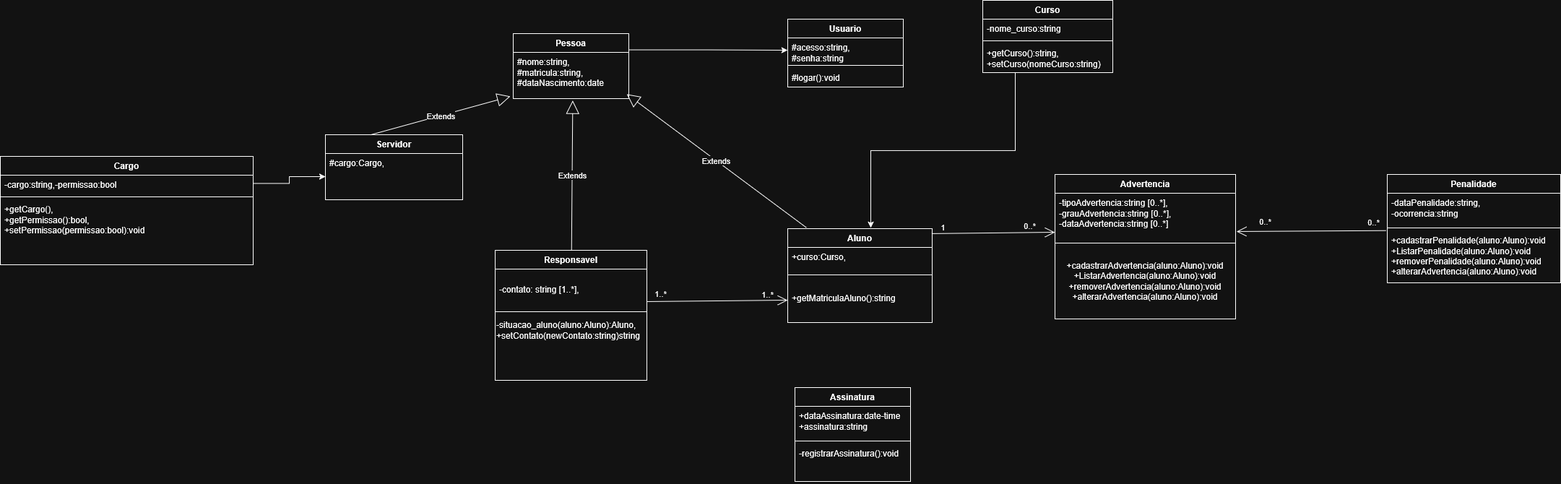
Gringol07/Problema.suap keeps this draw.io diagram as identificaçãoclaasesemetodos.drawio.png. Above is the earlier version. Source tidied: cells renumbered, new cells last; positions are measured from the earlier drawing's top-left corner, leaving out a move shared by most shapes.
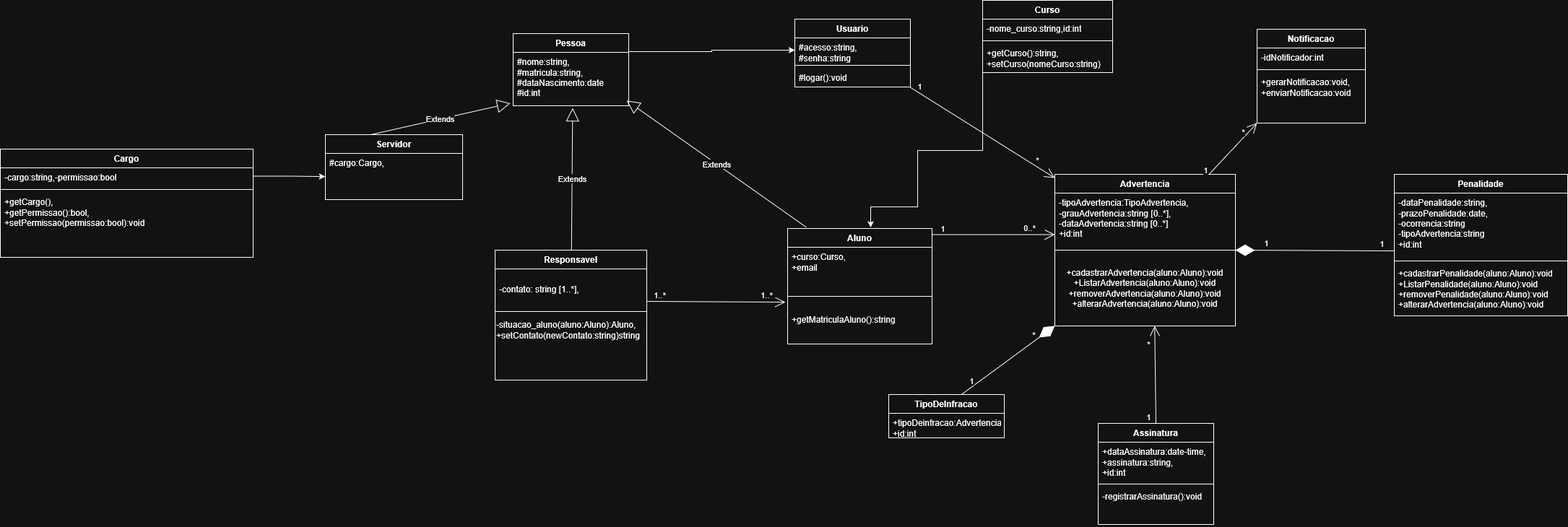
After the change.

Diff of the diagram source:
```diff
@@ -15,31 +15,31 @@
       <mxGeometry y="90" width="210" height="90" as="geometry" />
     </mxCell>
     <mxCell id="6" value="&lt;div&gt;Penalidade&lt;/div&gt;" style="swimlane;fontStyle=1;align=center;verticalAlign=top;horizontal=1;startSize=26;whiteSpace=wrap;html=1;" parent="1" vertex="1">
-      <mxGeometry x="1920" y="241" width="240" height="150" as="geometry" />
+      <mxGeometry x="1930" y="241" width="240" height="196" as="geometry" />
     </mxCell>
-    <mxCell id="7" value="&lt;div&gt;-dataPenalidade:string,&lt;/div&gt;&lt;div&gt;-ocorrencia:string&lt;/div&gt;" style="text;strokeColor=none;fillColor=none;align=left;verticalAlign=top;spacingLeft=4;spacingRight=4;overflow=hidden;points=[[0,0.5],[1,0.5]];portConstraint=eastwest;whiteSpace=wrap;html=1;" parent="6" vertex="1">
-      <mxGeometry y="26" width="240" height="44" as="geometry" />
+    <mxCell id="7" value="&lt;div&gt;-dataPenalidade:string,&lt;/div&gt;&lt;div&gt;-prazoPenalidade:date,&lt;/div&gt;&lt;div&gt;-ocorrencia:string&lt;/div&gt;&lt;div&gt;-tipoAdvertencia:string&lt;/div&gt;&lt;div&gt;+id:int&lt;/div&gt;&lt;div&gt;&lt;br&gt;&lt;/div&gt;" style="text;strokeColor=none;fillColor=none;align=left;verticalAlign=top;spacingLeft=4;spacingRight=4;overflow=hidden;points=[[0,0.5],[1,0.5]];portConstraint=eastwest;whiteSpace=wrap;html=1;" parent="6" vertex="1">
+      <mxGeometry y="26" width="240" height="90" as="geometry" />
     </mxCell>
     <mxCell id="8" style="line;strokeWidth=1;fillColor=none;align=left;verticalAlign=middle;spacingTop=-1;spacingLeft=3;spacingRight=3;labelPosition=right;strokeColor=inherit;" parent="6" vertex="1">
-      <mxGeometry y="70" width="240" height="8" as="geometry" />
+      <mxGeometry y="116" width="240" height="8" as="geometry" />
     </mxCell>
     <mxCell id="9" value="&lt;div&gt;+cadastrarPenalidade(aluno:Aluno):void&lt;/div&gt;&lt;div&gt;+ListarPenalidade(aluno:Aluno):void&lt;/div&gt;&lt;div&gt;+removerPenalidade(aluno:Aluno):void&lt;/div&gt;&lt;div&gt;&lt;div&gt;+alterarAdvertencia(aluno:Aluno):void&lt;/div&gt;&lt;br&gt;&lt;br&gt;&lt;/div&gt;" style="text;strokeColor=none;fillColor=none;align=left;verticalAlign=top;spacingLeft=4;spacingRight=4;overflow=hidden;points=[[0,0.5],[1,0.5]];portConstraint=eastwest;whiteSpace=wrap;html=1;" parent="6" vertex="1">
-      <mxGeometry y="78" width="240" height="72" as="geometry" />
+      <mxGeometry y="124" width="240" height="72" as="geometry" />
     </mxCell>
     <mxCell id="10" value="Aluno" style="swimlane;fontStyle=1;align=center;verticalAlign=top;horizontal=1;startSize=26;whiteSpace=wrap;html=1;" parent="1" vertex="1">
-      <mxGeometry x="1090" y="316" width="200" height="130" as="geometry" />
+      <mxGeometry x="1090" y="316" width="200" height="160" as="geometry" />
     </mxCell>
-    <mxCell id="11" value="&lt;div&gt;+curso:Curso,&lt;/div&gt;&lt;div&gt;&lt;br&gt;&lt;/div&gt;" style="text;strokeColor=none;fillColor=none;align=left;verticalAlign=top;spacingLeft=4;spacingRight=4;overflow=hidden;whiteSpace=wrap;html=1;" parent="10" vertex="1">
-      <mxGeometry y="26" width="200" height="34" as="geometry" />
+    <mxCell id="11" value="&lt;div&gt;+curso:Curso,&lt;/div&gt;&lt;div&gt;+email&lt;/div&gt;&lt;div&gt;&lt;br&gt;&lt;/div&gt;" style="text;strokeColor=none;fillColor=none;align=left;verticalAlign=top;spacingLeft=4;spacingRight=4;overflow=hidden;whiteSpace=wrap;html=1;" parent="10" vertex="1">
+      <mxGeometry y="26" width="200" height="64" as="geometry" />
     </mxCell>
     <mxCell id="12" style="line;strokeWidth=1;fillColor=none;align=left;verticalAlign=middle;spacingTop=-1;spacingLeft=3;spacingRight=3;labelPosition=right;strokeColor=inherit;" parent="10" vertex="1">
-      <mxGeometry y="60" width="200" height="8" as="geometry" />
+      <mxGeometry y="90" width="200" height="8" as="geometry" />
     </mxCell>
     <mxCell id="13" value="&lt;br&gt;&lt;div&gt;+getMatriculaAluno():string&lt;/div&gt;" style="text;strokeColor=none;fillColor=none;align=left;verticalAlign=top;spacingLeft=4;spacingRight=4;overflow=hidden;points=[[0,0.5],[1,0.5]];portConstraint=eastwest;whiteSpace=wrap;html=1;" parent="10" vertex="1">
-      <mxGeometry y="68" width="200" height="62" as="geometry" />
+      <mxGeometry y="98" width="200" height="62" as="geometry" />
     </mxCell>
     <mxCell id="14" value="Usuario" style="swimlane;fontStyle=1;align=center;verticalAlign=top;horizontal=1;startSize=26;whiteSpace=wrap;html=1;" parent="1" vertex="1">
-      <mxGeometry x="1090" y="26" width="160" height="94" as="geometry" />
+      <mxGeometry x="1100" y="26" width="160" height="94" as="geometry" />
     </mxCell>
     <mxCell id="15" value="&lt;div&gt;#acesso:string,&lt;/div&gt;&lt;div&gt;#senha:string&lt;/div&gt;" style="text;strokeColor=none;fillColor=none;align=left;verticalAlign=top;spacingLeft=4;spacingRight=4;overflow=hidden;points=[[0,0.5],[1,0.5]];portConstraint=eastwest;whiteSpace=wrap;html=1;" parent="14" vertex="1">
       <mxGeometry y="26" width="160" height="34" as="geometry" />
@@ -53,7 +53,7 @@
     <mxCell id="18" value="Curso" style="swimlane;fontStyle=1;align=center;verticalAlign=top;horizontal=1;startSize=26;whiteSpace=wrap;html=1;" parent="1" vertex="1">
       <mxGeometry x="1360" width="180" height="100" as="geometry" />
     </mxCell>
-    <mxCell id="19" value="-nome_curso:string" style="text;strokeColor=none;fillColor=none;align=left;verticalAlign=top;spacingLeft=4;spacingRight=4;overflow=hidden;whiteSpace=wrap;html=1;" parent="18" vertex="1">
+    <mxCell id="19" value="-nome_curso:string,id:int" style="text;strokeColor=none;fillColor=none;align=left;verticalAlign=top;spacingLeft=4;spacingRight=4;overflow=hidden;whiteSpace=wrap;html=1;" parent="18" vertex="1">
       <mxGeometry y="26" width="180" height="26" as="geometry" />
     </mxCell>
     <mxCell id="20" style="line;strokeWidth=1;fillColor=none;align=left;verticalAlign=middle;spacingTop=-1;spacingLeft=3;spacingRight=3;labelPosition=right;strokeColor=inherit;" parent="18" vertex="1">
@@ -63,16 +63,16 @@
       <mxGeometry y="60" width="180" height="40" as="geometry" />
     </mxCell>
     <mxCell id="22" value="Advertencia" style="swimlane;fontStyle=1;align=center;verticalAlign=top;horizontal=1;startSize=26;whiteSpace=wrap;html=1;" parent="1" vertex="1">
-      <mxGeometry x="1460" y="241" width="250" height="200" as="geometry" />
+      <mxGeometry x="1460" y="241" width="250" height="210" as="geometry" />
     </mxCell>
-    <mxCell id="23" value="&lt;div&gt;-tipoAdvertencia:string [0..*],&lt;/div&gt;&lt;div&gt;-grauAdvertencia:string [0..*],&lt;/div&gt;&lt;div&gt;-dataAdvertencia:string [0..*]&lt;/div&gt;" style="text;strokeColor=none;fillColor=none;align=left;verticalAlign=top;spacingLeft=4;spacingRight=4;overflow=hidden;points=[[0,0.5],[1,0.5]];portConstraint=eastwest;whiteSpace=wrap;html=1;" parent="22" vertex="1">
-      <mxGeometry y="26" width="250" height="54" as="geometry" />
+    <mxCell id="23" value="&lt;div&gt;-tipoAdvertencia:TipoAdvertencia,&lt;/div&gt;&lt;div&gt;-grauAdvertencia:string [0..*],&lt;/div&gt;&lt;div&gt;-dataAdvertencia:string [0..*]&lt;/div&gt;&lt;div&gt;+id:int&lt;/div&gt;" style="text;strokeColor=none;fillColor=none;align=left;verticalAlign=top;spacingLeft=4;spacingRight=4;overflow=hidden;points=[[0,0.5],[1,0.5]];portConstraint=eastwest;whiteSpace=wrap;html=1;" parent="22" vertex="1">
+      <mxGeometry y="26" width="250" height="64" as="geometry" />
     </mxCell>
     <mxCell id="24" style="line;strokeWidth=1;fillColor=none;align=left;verticalAlign=middle;spacingTop=-1;spacingLeft=3;spacingRight=3;labelPosition=right;strokeColor=inherit;" parent="22" vertex="1">
-      <mxGeometry y="80" width="250" height="30" as="geometry" />
+      <mxGeometry y="90" width="250" height="30" as="geometry" />
     </mxCell>
     <mxCell id="25" value="&lt;div&gt;+cadastrarAdvertencia(aluno:Aluno):void&lt;/div&gt;&lt;div&gt;+ListarAdvertencia(aluno:Aluno):void&lt;/div&gt;&lt;div&gt;+removerAdvertencia(aluno:Aluno):void&lt;/div&gt;&lt;div&gt;+alterarAdvertencia(aluno:Aluno):void&lt;/div&gt;&lt;div&gt;&lt;br&gt;&lt;/div&gt;" style="text;html=1;whiteSpace=wrap;strokeColor=none;fillColor=none;align=center;verticalAlign=middle;rounded=0;" parent="22" vertex="1">
-      <mxGeometry y="110" width="250" height="90" as="geometry" />
+      <mxGeometry y="120" width="250" height="90" as="geometry" />
     </mxCell>
     <mxCell id="26" value="Extends" style="endArrow=block;endSize=16;endFill=0;html=1;rounded=0;exitX=0.129;exitY=-0.011;exitDx=0;exitDy=0;exitPerimeter=0;entryX=0.982;entryY=0.903;entryDx=0;entryDy=0;entryPerimeter=0;" parent="1" edge="1" source="10" target="38">
       <mxGeometry relative="1" as="geometry" />
@@ -86,7 +86,7 @@
     <mxCell id="29" value="&lt;div&gt;#cargo:Cargo,&lt;/div&gt;" style="text;strokeColor=none;fillColor=none;align=left;verticalAlign=top;spacingLeft=4;spacingRight=4;overflow=hidden;points=[[0,0.5],[1,0.5]];portConstraint=eastwest;whiteSpace=wrap;html=1;" parent="28" vertex="1">
       <mxGeometry y="26" width="190" height="64" as="geometry" />
     </mxCell>
-    <mxCell id="30" style="endArrow=open;endFill=1;endSize=12;html=1;rounded=0;entryX=0;entryY=0.5;entryDx=0;entryDy=0;exitX=1;exitY=0.833;exitDx=0;exitDy=0;exitPerimeter=0;" parent="1" edge="1" source="3" target="13">
+    <mxCell id="30" style="endArrow=open;endFill=1;endSize=12;html=1;rounded=0;entryX=-0.015;entryY=0.065;entryDx=0;entryDy=0;exitX=1;exitY=0.833;exitDx=0;exitDy=0;exitPerimeter=0;entryPerimeter=0;" parent="1" edge="1" source="3" target="13">
       <mxGeometry relative="1" as="geometry" />
     </mxCell>
     <mxCell id="31" value="1..*" style="edgeLabel;html=1;align=center;verticalAlign=middle;" parent="30" vertex="1">
@@ -99,7 +99,7 @@
         <mxPoint x="65" y="-10" as="offset" />
       </mxGeometry>
     </mxCell>
-    <mxCell id="33" style="endArrow=open;endFill=1;endSize=12;html=1;rounded=0;entryX=0;entryY=1;entryDx=0;entryDy=0;entryPerimeter=0;exitX=0.997;exitY=0.053;exitDx=0;exitDy=0;exitPerimeter=0;" parent="1" edge="1" source="10" target="23">
+    <mxCell id="33" style="endArrow=open;endFill=1;endSize=12;html=1;rounded=0;exitX=0.997;exitY=0.053;exitDx=0;exitDy=0;exitPerimeter=0;entryX=0;entryY=0.898;entryDx=0;entryDy=0;entryPerimeter=0;" parent="1" edge="1" source="10" target="23">
       <mxGeometry relative="1" as="geometry" />
     </mxCell>
     <mxCell id="34" value="1" style="edgeLabel;html=1;align=center;verticalAlign=middle;" parent="33" vertex="1">
@@ -116,16 +116,16 @@
       <mxGeometry relative="1" as="geometry" />
     </mxCell>
     <mxCell id="37" value="Pessoa" style="swimlane;fontStyle=1;align=center;verticalAlign=top;horizontal=1;startSize=26;whiteSpace=wrap;html=1;" parent="1" vertex="1">
-      <mxGeometry x="710" y="46" width="160" height="90" as="geometry" />
+      <mxGeometry x="710" y="46" width="160" height="100" as="geometry" />
     </mxCell>
-    <mxCell id="38" value="&lt;div&gt;#nome:string,&lt;/div&gt;&lt;div&gt;#matricula:string,&lt;/div&gt;&lt;div&gt;#dataNascimento:date&lt;/div&gt;" style="text;strokeColor=none;fillColor=none;align=left;verticalAlign=top;spacingLeft=4;spacingRight=4;overflow=hidden;points=[[0,0.5],[1,0.5]];portConstraint=eastwest;whiteSpace=wrap;html=1;" parent="37" vertex="1">
-      <mxGeometry y="26" width="160" height="64" as="geometry" />
+    <mxCell id="38" value="&lt;div&gt;#nome:string,&lt;/div&gt;&lt;div&gt;#matricula:string,&lt;/div&gt;&lt;div&gt;#dataNascimento:date&lt;/div&gt;&lt;div&gt;#id:int&lt;/div&gt;" style="text;strokeColor=none;fillColor=none;align=left;verticalAlign=top;spacingLeft=4;spacingRight=4;overflow=hidden;points=[[0,0.5],[1,0.5]];portConstraint=eastwest;whiteSpace=wrap;html=1;" parent="37" vertex="1">
+      <mxGeometry y="26" width="160" height="74" as="geometry" />
     </mxCell>
     <mxCell id="39" style="edgeStyle=orthogonalEdgeStyle;rounded=0;jettySize=auto;html=1;exitX=1;exitY=0.25;exitDx=0;exitDy=0;" parent="1" edge="1" source="40" target="29">
       <mxGeometry relative="1" as="geometry" />
     </mxCell>
     <mxCell id="40" value="Cargo" style="swimlane;fontStyle=1;align=center;verticalAlign=top;horizontal=1;startSize=26;whiteSpace=wrap;html=1;" parent="1" vertex="1">
-      <mxGeometry y="216" width="350" height="150" as="geometry" />
+      <mxGeometry y="206" width="350" height="150" as="geometry" />
     </mxCell>
     <mxCell id="41" value="-cargo:string,-permissao:bool" style="text;strokeColor=none;fillColor=none;align=left;verticalAlign=top;spacingLeft=4;spacingRight=4;overflow=hidden;whiteSpace=wrap;html=1;" parent="40" vertex="1">
       <mxGeometry y="26" width="350" height="26" as="geometry" />
@@ -137,35 +137,115 @@
       <mxGeometry y="60" width="350" height="90" as="geometry" />
     </mxCell>
     <mxCell id="44" value="Assinatura" style="swimlane;fontStyle=1;align=center;verticalAlign=top;horizontal=1;startSize=26;whiteSpace=wrap;html=1;" parent="1" vertex="1">
-      <mxGeometry x="1100" y="536" width="160" height="130" as="geometry" />
+      <mxGeometry x="1520" y="586" width="160" height="140" as="geometry" />
     </mxCell>
-    <mxCell id="45" value="&lt;div&gt;+dataAssinatura:date-time&lt;/div&gt;+assinatura:string" style="text;strokeColor=none;fillColor=none;align=left;verticalAlign=top;spacingLeft=4;spacingRight=4;overflow=hidden;whiteSpace=wrap;html=1;" parent="44" vertex="1">
-      <mxGeometry y="26" width="160" height="44" as="geometry" />
+    <mxCell id="45" value="&lt;div&gt;+dataAssinatura:date-time,&lt;/div&gt;&lt;div&gt;+assinatura:string,&lt;/div&gt;&lt;div&gt;+id:int&lt;/div&gt;&lt;div&gt;&lt;br&gt;&lt;/div&gt;" style="text;strokeColor=none;fillColor=none;align=left;verticalAlign=top;spacingLeft=4;spacingRight=4;overflow=hidden;whiteSpace=wrap;html=1;" parent="44" vertex="1">
+      <mxGeometry y="26" width="160" height="54" as="geometry" />
     </mxCell>
     <mxCell id="46" style="line;strokeWidth=1;fillColor=none;align=left;verticalAlign=middle;spacingTop=-1;spacingLeft=3;spacingRight=3;labelPosition=right;strokeColor=inherit;" parent="44" vertex="1">
-      <mxGeometry y="70" width="160" height="8" as="geometry" />
+      <mxGeometry y="80" width="160" height="8" as="geometry" />
     </mxCell>
     <mxCell id="47" value="-registrarAssinatura():void" style="text;strokeColor=none;fillColor=none;align=left;verticalAlign=top;spacingLeft=4;spacingRight=4;overflow=hidden;whiteSpace=wrap;html=1;" parent="44" vertex="1">
-      <mxGeometry y="78" width="160" height="52" as="geometry" />
+      <mxGeometry y="88" width="160" height="52" as="geometry" />
     </mxCell>
     <mxCell id="48" value="Extends" style="endArrow=block;endSize=16;endFill=0;html=1;rounded=0;entryX=-0.025;entryY=0.953;entryDx=0;entryDy=0;entryPerimeter=0;exitX=0.332;exitY=0;exitDx=0;exitDy=0;exitPerimeter=0;" parent="1" edge="1" source="28" target="38">
       <mxGeometry relative="1" as="geometry" />
     </mxCell>
-    <mxCell id="49" style="endArrow=open;endFill=1;endSize=12;html=1;rounded=0;exitX=-0.008;exitY=-0.004;exitDx=0;exitDy=0;exitPerimeter=0;entryX=1.006;entryY=0.981;entryDx=0;entryDy=0;entryPerimeter=0;" parent="1" edge="1" source="9" target="23">
-      <mxGeometry relative="1" as="geometry" />
-    </mxCell>
-    <mxCell id="50" value="0..*" style="edgeLabel;html=1;align=center;verticalAlign=middle;" parent="49" vertex="1">
-      <mxGeometry x="0.01" y="1" relative="1" as="geometry">
-        <mxPoint x="86" y="-14" as="offset" />
-      </mxGeometry>
-    </mxCell>
-    <mxCell id="51" value="0..*" style="edgeLabel;html=1;align=center;verticalAlign=middle;" parent="49" vertex="1">
-      <mxGeometry x="0.48" y="-2" relative="1" as="geometry">
-        <mxPoint x="-15" y="-12" as="offset" />
-      </mxGeometry>
-    </mxCell>
     <mxCell id="52" style="edgeStyle=orthogonalEdgeStyle;rounded=0;jettySize=auto;html=1;exitX=0.25;exitY=1;exitDx=0;exitDy=0;entryX=0.575;entryY=-0.008;entryDx=0;entryDy=0;entryPerimeter=0;" parent="1" edge="1" source="18" target="10">
-      <mxGeometry relative="1" as="geometry" />
+      <mxGeometry relative="1" as="geometry">
+        <Array as="points">
+          <mxPoint x="1360" y="100" />
+          <mxPoint x="1360" y="208" />
+          <mxPoint x="1270" y="208" />
+          <mxPoint x="1270" y="286" />
+          <mxPoint x="1205" y="286" />
+        </Array>
+      </mxGeometry>
     </mxCell>
+    <mxCell id="53" style="endArrow=diamondThin;endFill=1;endSize=24;html=1;rounded=0;exitX=0.001;exitY=0.889;exitDx=0;exitDy=0;exitPerimeter=0;" parent="1" edge="1" source="7">
+      <mxGeometry relative="1" as="geometry">
+        <mxPoint x="1710" y="346" as="targetPoint" />
+      </mxGeometry>
+    </mxCell>
+    <mxCell id="54" value="1" style="edgeLabel;html=1;align=center;verticalAlign=middle;" parent="53" vertex="1">
+      <mxGeometry x="0.62" relative="1" as="geometry">
+        <mxPoint y="-11" as="offset" />
+      </mxGeometry>
+    </mxCell>
+    <mxCell id="55" value="1" style="edgeLabel;html=1;align=center;verticalAlign=middle;" parent="53" vertex="1">
+      <mxGeometry x="-0.87" y="1" relative="1" as="geometry">
+        <mxPoint x="-4" y="-12" as="offset" />
+      </mxGeometry>
+    </mxCell>
+    <mxCell id="56" value="Notificacao" style="swimlane;fontStyle=1;align=center;verticalAlign=top;horizontal=1;startSize=26;whiteSpace=wrap;html=1;" parent="1" vertex="1">
+      <mxGeometry x="1740" y="40" width="150" height="130" as="geometry" />
+    </mxCell>
+    <mxCell id="57" value="-idNotificador:int" style="text;strokeColor=none;fillColor=none;align=left;verticalAlign=top;spacingLeft=4;spacingRight=4;overflow=hidden;whiteSpace=wrap;html=1;" parent="56" vertex="1">
+      <mxGeometry y="26" width="150" height="26" as="geometry" />
+    </mxCell>
+    <mxCell id="58" style="line;strokeWidth=1;fillColor=none;align=left;verticalAlign=middle;spacingTop=-1;spacingLeft=3;spacingRight=3;labelPosition=right;strokeColor=inherit;" parent="56" vertex="1">
+      <mxGeometry y="52" width="150" height="8" as="geometry" />
+    </mxCell>
+    <mxCell id="59" value="&lt;div&gt;+gerarNotificacao:void,&lt;/div&gt;&lt;div&gt;+enviarNotificacao:void&lt;/div&gt;" style="text;strokeColor=none;fillColor=none;align=left;verticalAlign=top;spacingLeft=4;spacingRight=4;overflow=hidden;whiteSpace=wrap;html=1;" parent="56" vertex="1">
+      <mxGeometry y="60" width="150" height="70" as="geometry" />
+    </mxCell>
+    <mxCell id="60" style="endArrow=open;endFill=1;endSize=12;html=1;rounded=0;exitX=0.854;exitY=0;exitDx=0;exitDy=0;exitPerimeter=0;entryX=0;entryY=1;entryDx=0;entryDy=0;" parent="1" edge="1" source="22" target="56">
+      <mxGeometry relative="1" as="geometry" />
+    </mxCell>
+    <mxCell id="61" value="1" style="edgeLabel;html=1;align=center;verticalAlign=middle;" parent="60" vertex="1">
+      <mxGeometry x="-0.87" y="1" relative="1" as="geometry">
+        <mxPoint x="-8" y="-2" as="offset" />
+      </mxGeometry>
+    </mxCell>
+    <mxCell id="62" value="*" style="edgeLabel;html=1;align=center;verticalAlign=middle;" parent="60" vertex="1">
+      <mxGeometry x="0.62" relative="1" as="geometry">
+        <mxPoint x="-7" y="-2" as="offset" />
+      </mxGeometry>
+    </mxCell>
+    <mxCell id="63" style="endArrow=open;endFill=1;endSize=12;html=1;rounded=0;exitX=0.5;exitY=0;exitDx=0;exitDy=0;entryX=0.553;entryY=0.998;entryDx=0;entryDy=0;entryPerimeter=0;" parent="1" edge="1" source="44" target="25">
+      <mxGeometry relative="1" as="geometry" />
+    </mxCell>
+    <mxCell id="64" value="1" style="edgeLabel;html=1;align=center;verticalAlign=middle;" parent="63" vertex="1">
+      <mxGeometry x="-0.8" y="-1" relative="1" as="geometry">
+        <mxPoint x="-11" y="3" as="offset" />
+      </mxGeometry>
+    </mxCell>
+    <mxCell id="65" value="*" style="edgeLabel;html=1;align=center;verticalAlign=middle;" parent="63" vertex="1">
+      <mxGeometry x="0.68" y="-1" relative="1" as="geometry">
+        <mxPoint x="-10" y="4" as="offset" />
+      </mxGeometry>
+    </mxCell>
+    <mxCell id="66" style="endArrow=open;endFill=1;endSize=12;html=1;rounded=0;exitX=1.001;exitY=1.028;exitDx=0;exitDy=0;exitPerimeter=0;entryX=0;entryY=0.024;entryDx=0;entryDy=0;entryPerimeter=0;" parent="1" edge="1" source="17" target="22">
+      <mxGeometry relative="1" as="geometry" />
+    </mxCell>
+    <mxCell id="67" value="1" style="edgeLabel;html=1;align=center;verticalAlign=middle;" parent="66" vertex="1">
+      <mxGeometry x="-0.87" y="-1" relative="1" as="geometry">
+        <mxPoint y="-11" as="offset" />
+      </mxGeometry>
+    </mxCell>
+    <mxCell id="68" value="*" style="edgeLabel;html=1;align=center;verticalAlign=middle;" parent="66" vertex="1">
+      <mxGeometry x="0.75" relative="1" as="geometry">
+        <mxPoint y="-10" as="offset" />
+      </mxGeometry>
+    </mxCell>
+    <mxCell id="69" value="TipoDeInfracao" style="swimlane;fontStyle=1;align=center;verticalAlign=top;horizontal=1;startSize=26;whiteSpace=wrap;html=1;" parent="1" vertex="1">
+      <mxGeometry x="1230" y="546" width="160" height="60" as="geometry" />
+    </mxCell>
+    <mxCell id="70" value="&lt;div&gt;+tipoDeinfracao:Advertencia&lt;/div&gt;&lt;div&gt;+id:int&lt;/div&gt;" style="text;strokeColor=none;fillColor=none;align=left;verticalAlign=top;spacingLeft=4;spacingRight=4;overflow=hidden;whiteSpace=wrap;html=1;" parent="69" vertex="1">
+      <mxGeometry y="26" width="160" height="34" as="geometry" />
+    </mxCell>
+    <mxCell id="71" style="endArrow=diamondThin;endFill=1;endSize=24;html=1;rounded=0;entryX=0;entryY=1;entryDx=0;entryDy=0;exitX=0.635;exitY=-0.011;exitDx=0;exitDy=0;exitPerimeter=0;" parent="1" edge="1" source="69" target="25">
+      <mxGeometry relative="1" as="geometry" />
+    </mxCell>
+    <mxCell id="72" value="1" style="edgeLabel;html=1;align=center;verticalAlign=middle;" parent="71" vertex="1">
+      <mxGeometry x="-0.82" relative="1" as="geometry">
+        <mxPoint y="-10" as="offset" />
+      </mxGeometry>
+    </mxCell>
+    <mxCell id="73" value="*" style="edgeLabel;html=1;align=center;verticalAlign=middle;" parent="71" vertex="1">
+      <mxGeometry x="0.55" y="1" relative="1" as="geometry">
+        <mxPoint y="-9" as="offset" />
+      </mxGeometry>
+    </mxCell>
   </root>
 </mxGraphModel>
```
